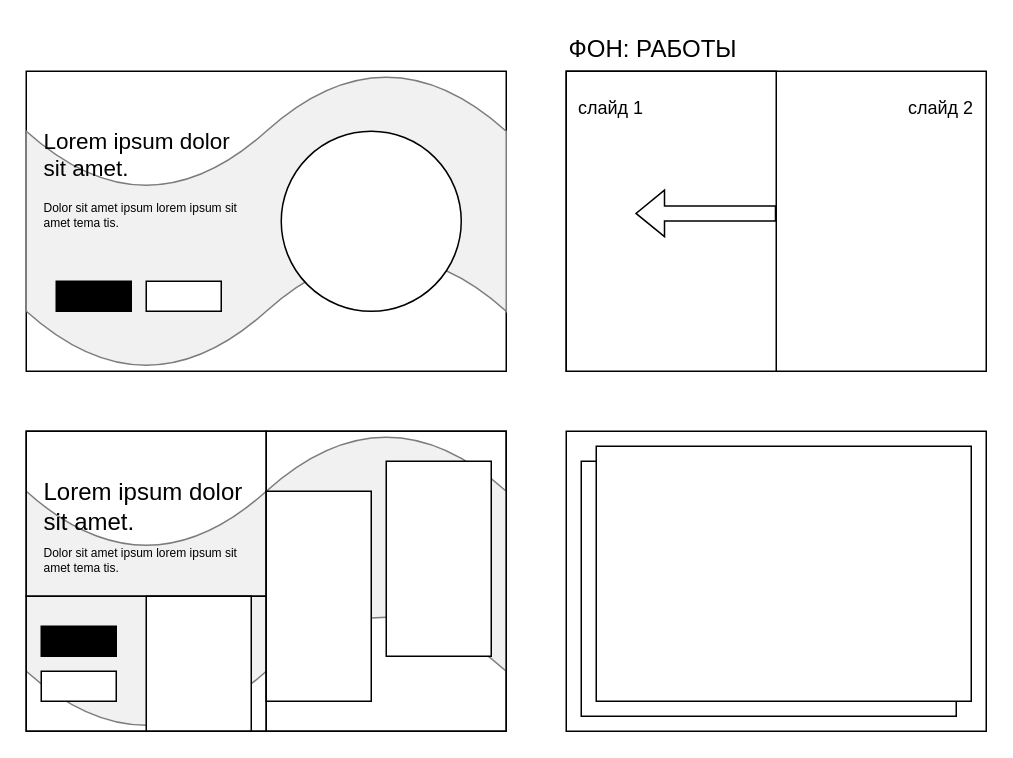
The draw.io diagram hero-макет.drawio in ilya2600/web-portfolio, before the edit. Source tidied: cells renumbered, new cells numbered last; positions are measured from the earlier drawing's top-left corner, leaving out a move shared by most shapes. Both pictures are drawn from the tidied source at 150%, with x=0, y=0 at pixel (26, 26).
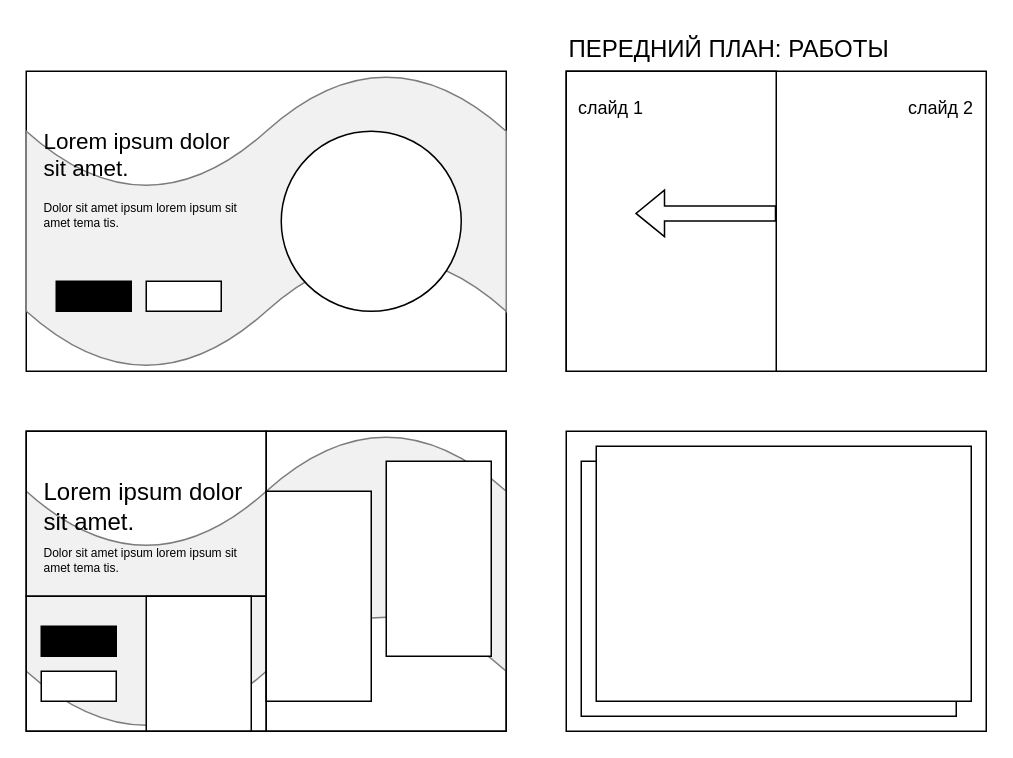
The same diagram, later.

Diff of the diagram source:
```diff
@@
-    <mxCell id="21" value="ФОН: РАБОТЫ" style="text;html=1;whiteSpace=wrap;strokeColor=none;fillColor=none;align=left;verticalAlign=middle;rounded=0;fontSize=16;" parent="1" vertex="1">
+    <mxCell id="21" value="ПЕРЕДНИЙ ПЛАН: РАБОТЫ" style="text;html=1;whiteSpace=wrap;strokeColor=none;fillColor=none;align=left;verticalAlign=middle;rounded=0;fontSize=16;" parent="1" vertex="1">
       <mxGeometry x="360" width="280" height="30" as="geometry" />
     </mxCell>
```
